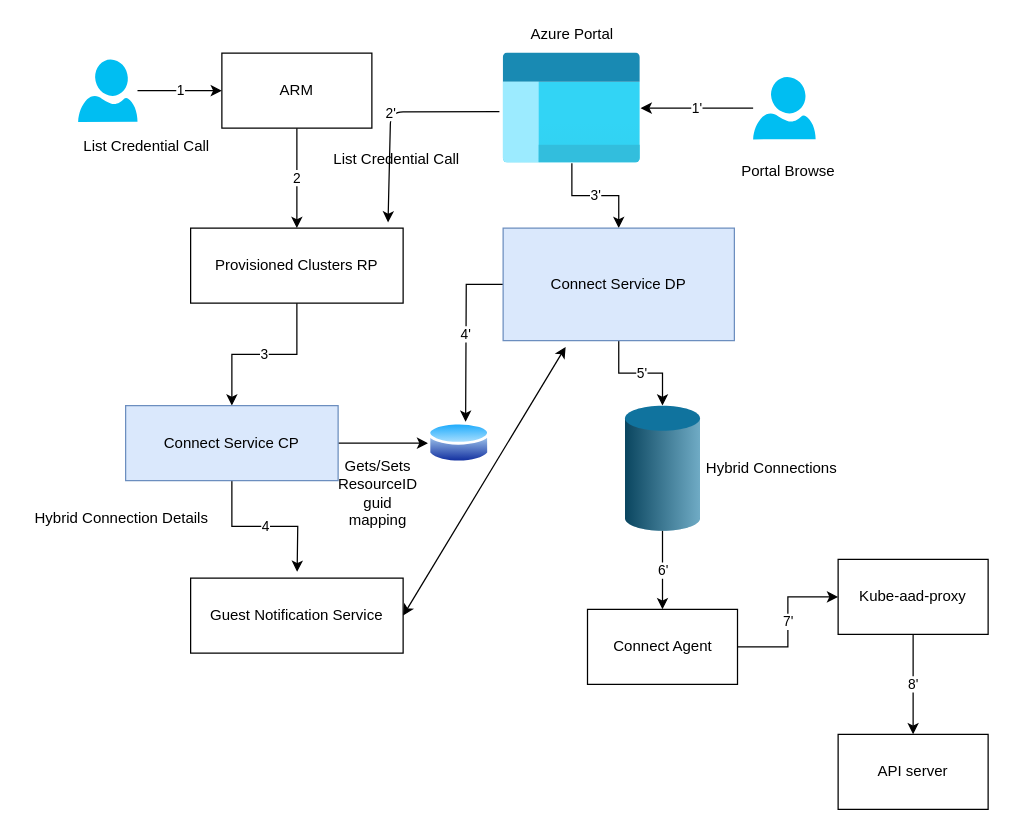
This is Untitled Diagram.drawio from khandelwalbrijesh/RetentionScript, a draw.io file, before an edit. Source tidied: cells renumbered, new cells numbered last; positions are measured from the earlier drawing's top-left corner, leaving out a move shared by most shapes. Both pictures are drawn from the tidied source at 125%, with x=0, y=0 at pixel (21, 21).
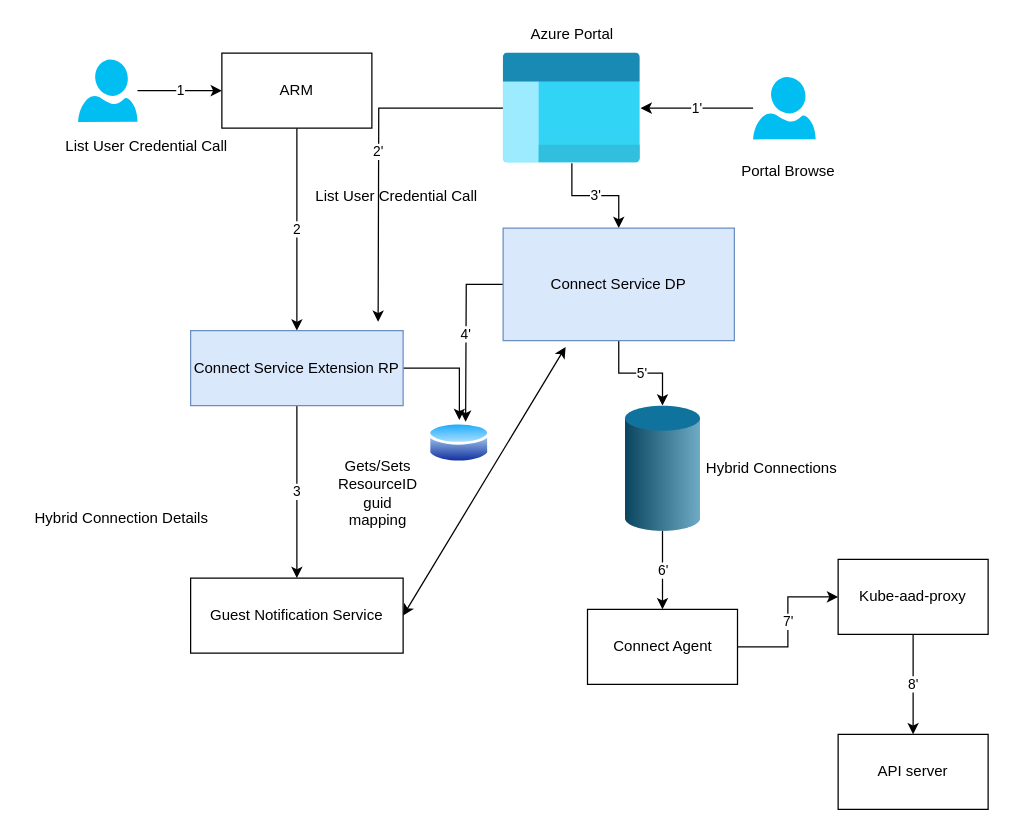
The same diagram, later.

The change refers to these unchanged cells:
```xml
<mxCell id="5" value="ARM" style="rounded=0;whiteSpace=wrap;html=1;" parent="1" vertex="1">
  <mxGeometry x="160" y="25" width="120" height="60" as="geometry" />
</mxCell>
<mxCell id="11" value="Guest Notification Service" style="rounded=0;whiteSpace=wrap;html=1;" parent="1" vertex="1">
  <mxGeometry x="135" y="445" width="170" height="60" as="geometry" />
</mxCell>
<mxCell id="13" style="perimeter=ellipsePerimeter;html=1;align=center;shadow=0;dashed=0;spacingTop=3;image;image=img/lib/active_directory/database.svg;" parent="1" vertex="1">
  <mxGeometry x="325" y="318.5" width="50" height="37" as="geometry" />
</mxCell>
<mxCell id="17" style="html=1;points=[];align=center;image;fontSize=12;image=img/lib/azure2/general/Management_Portal.svg;" parent="1" vertex="1">
  <mxGeometry x="385" y="25" width="110" height="88" as="geometry" />
</mxCell>
```

Diff of the diagram source:
```diff
@@
-    <mxCell id="4" value="2" style="edgeStyle=orthogonalEdgeStyle;rounded=0;jettySize=auto;html=1;" parent="1" edge="1" source="5" target="7">
+    <mxCell id="4" value="2" style="edgeStyle=orthogonalEdgeStyle;rounded=0;jettySize=auto;html=1;exitX=0.5;exitY=1;exitDx=0;exitDy=0;entryX=0.5;entryY=0;entryDx=0;entryDy=0;" parent="1" edge="1" source="5" target="10">
       <mxGeometry relative="1" as="geometry" />
     </mxCell>
@@
+    <mxCell id="9" style="edgeStyle=orthogonalEdgeStyle;rounded=0;jettySize=auto;html=1;exitX=1;exitY=0.5;exitDx=0;exitDy=0;" parent="1" edge="1" source="10" target="13">
+      <mxGeometry relative="1" as="geometry" />
+    </mxCell>
-    <mxCell id="6" value="3" style="edgeStyle=orthogonalEdgeStyle;rounded=0;jettySize=auto;html=1;" parent="1" edge="1" source="7" target="10">
+    <mxCell id="6" value="3" style="edgeStyle=orthogonalEdgeStyle;rounded=0;jettySize=auto;html=1;exitX=0.5;exitY=1;exitDx=0;exitDy=0;entryX=0.5;entryY=0;entryDx=0;entryDy=0;" parent="1" edge="1" source="10" target="11">
       <mxGeometry relative="1" as="geometry" />
     </mxCell>
-    <mxCell id="7" value="Provisioned Clusters RP" style="rounded=0;whiteSpace=wrap;html=1;" parent="1" vertex="1">
-      <mxGeometry x="135" y="165" width="170" height="60" as="geometry" />
-    </mxCell>
-    <mxCell id="8" value="4" style="edgeStyle=orthogonalEdgeStyle;rounded=0;jettySize=auto;html=1;exitX=0.5;exitY=1;exitDx=0;exitDy=0;" parent="1" edge="1" source="10">
-      <mxGeometry relative="1" as="geometry">
-        <mxPoint x="220.2" y="440" as="targetPoint" />
-      </mxGeometry>
-    </mxCell>
-    <mxCell id="9" style="edgeStyle=orthogonalEdgeStyle;rounded=0;jettySize=auto;html=1;exitX=1;exitY=0.5;exitDx=0;exitDy=0;" parent="1" edge="1" source="10" target="13">
-      <mxGeometry relative="1" as="geometry" />
-    </mxCell>
-    <mxCell id="10" value="Connect Service CP" style="rounded=0;whiteSpace=wrap;html=1;fillColor=#dae8fc;strokeColor=#6c8ebf;" parent="1" vertex="1">
-      <mxGeometry x="83" y="307" width="170" height="60" as="geometry" />
+    <mxCell id="10" value="Connect Service Extension RP" style="rounded=0;whiteSpace=wrap;html=1;fillColor=#dae8fc;strokeColor=#6c8ebf;" parent="1" vertex="1">
+      <mxGeometry x="135" y="247" width="170" height="60" as="geometry" />
     </mxCell>
@@
-    <mxCell id="14" value="List Credential Call" style="text;html=1;strokeColor=none;fillColor=none;align=center;verticalAlign=middle;whiteSpace=wrap;rounded=0;" parent="1" vertex="1">
+    <mxCell id="14" value="List User Credential Call" style="text;html=1;strokeColor=none;fillColor=none;align=center;verticalAlign=middle;whiteSpace=wrap;rounded=0;" parent="1" vertex="1">
       <mxGeometry x="15" y="90" width="170" height="20" as="geometry" />
     </mxCell>
@@
+    <mxCell id="20" value="2'" style="edgeStyle=orthogonalEdgeStyle;rounded=0;jettySize=auto;html=1;" parent="1" edge="1" source="17">
+      <mxGeometry relative="1" as="geometry">
+        <mxPoint x="285" y="240" as="targetPoint" />
+      </mxGeometry>
+    </mxCell>
@@
-    <mxCell id="20" value="2'" style="endArrow=classic;html=1;exitX=-0.027;exitY=0.532;exitDx=0;exitDy=0;exitPerimeter=0;entryX=0.929;entryY=-0.076;entryDx=0;entryDy=0;entryPerimeter=0;" parent="1" edge="1" source="17" target="7">
-      <mxGeometry relative="1" as="geometry">
-        <Array as="points">
-          <mxPoint x="295" y="72" />
-        </Array>
-      </mxGeometry>
-    </mxCell>
-    <mxCell id="21" value="List Credential Call" style="text;html=1;strokeColor=none;fillColor=none;align=center;verticalAlign=middle;whiteSpace=wrap;rounded=0;" parent="1" vertex="1">
-      <mxGeometry x="215" y="100" width="170" height="20" as="geometry" />
+    <mxCell id="21" value="List User Credential Call" style="text;html=1;strokeColor=none;fillColor=none;align=center;verticalAlign=middle;whiteSpace=wrap;rounded=0;" parent="1" vertex="1">
+      <mxGeometry x="215" y="130" width="170" height="20" as="geometry" />
     </mxCell>
```
